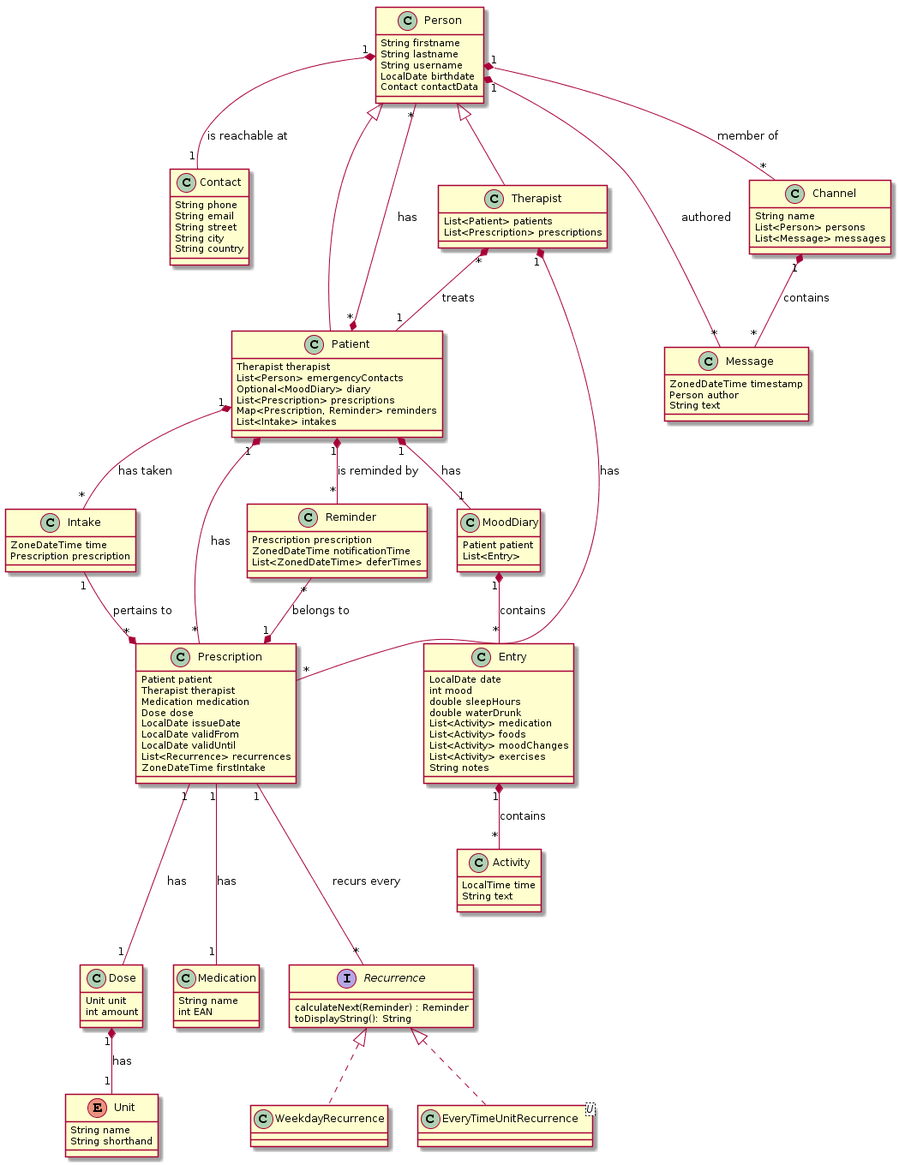
Earlier version of the PlantUML export doc/task_04/notes/class_diagram.png (ch-bfh-bti7081-s2019-green/ch.bfh.bti7081.s2019.green).
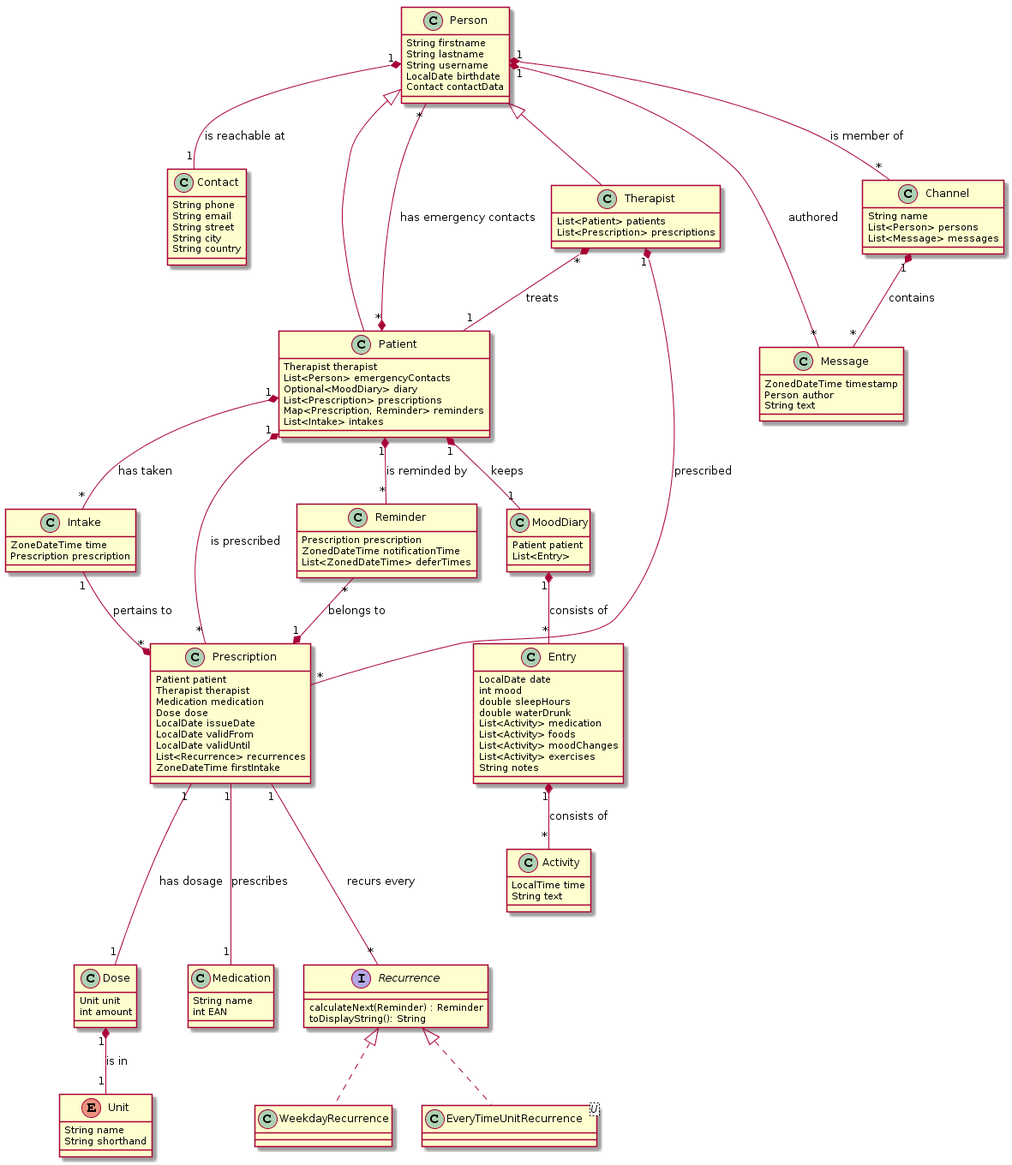
After the commit.

Commit message:
Update class diagram with better verbs

What changed in the source:
```diff
@@ -18,8 +18,8 @@
     List<Intake> intakes
 }
 
-Patient "*" *-- "*" Person : has
-Patient "1" *-- "*" Prescription : has
+Patient "*" *-- "*" Person : has emergency contacts
+Patient "1" *-- "*" Prescription : is prescribed
 Patient "1" *-- "*" Reminder : is reminded by
 Patient "1" *-- "*" Intake : has taken
 
@@ -29,7 +29,7 @@
 }
 
 Therapist "*" *-- "1" Patient : treats
-Therapist "1" *-- "*" Prescription : has
+Therapist "1" *-- "*" Prescription : prescribed
 
 class Contact{
     String phone
@@ -59,9 +59,9 @@
     List<Entry>
 }
 
-Patient "1" *-- "1" MoodDiary : has
-MoodDiary "1" *-- "*" Entry : contains
-Entry "1" *-- "*" Activity : contains
+Patient "1" *-- "1" MoodDiary : keeps
+MoodDiary "1" *-- "*" Entry : consists of
+Entry "1" *-- "*" Activity : consists of
 
 class Entry{
     LocalDate date
@@ -85,7 +85,7 @@
     int amount
 }
 
-Dose "1" *-- "1" Unit : has
+Dose "1" *-- "1" Unit : is in
 
 enum Unit{
     String name
@@ -109,8 +109,8 @@
     ZoneDateTime firstIntake
 }
 
-Prescription "1" --- "1" Medication : has
-Prescription "1" --- "1" Dose : has
+Prescription "1" --- "1" Medication : prescribes
+Prescription "1" --- "1" Dose : has dosage
 Prescription "1" --- "*" Recurrence : recurs every
 
 
@@ -129,7 +129,7 @@
 }
 
 Channel "1" *-- "*" Message : contains
-Person "1" *-- "*" Channel : member of
+Person "1" *-- "*" Channel : is member of
 
 class Message{
     ZonedDateTime timestamp
```
